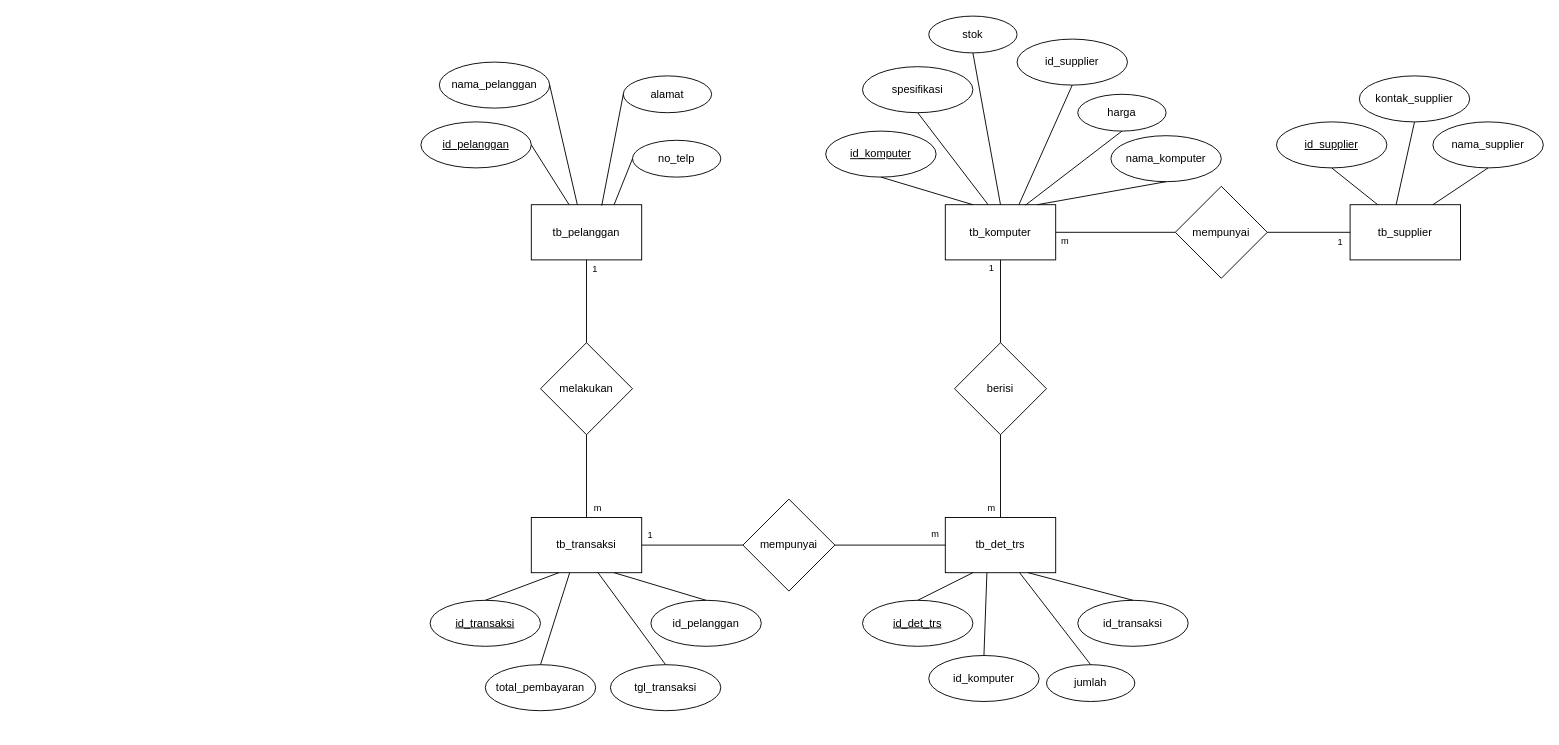
Before: ERD_BaliKomputer.drawio in elikawicaksana/BuildIT_BasisData, a draw.io diagram. Source tidied: cells renumbered, new cells numbered last; positions are measured from the earlier drawing's top-left corner, leaving out a move shared by most shapes. Both pictures are drawn from the tidied source at 92%, with x=0, y=0 at pixel (420, 16).
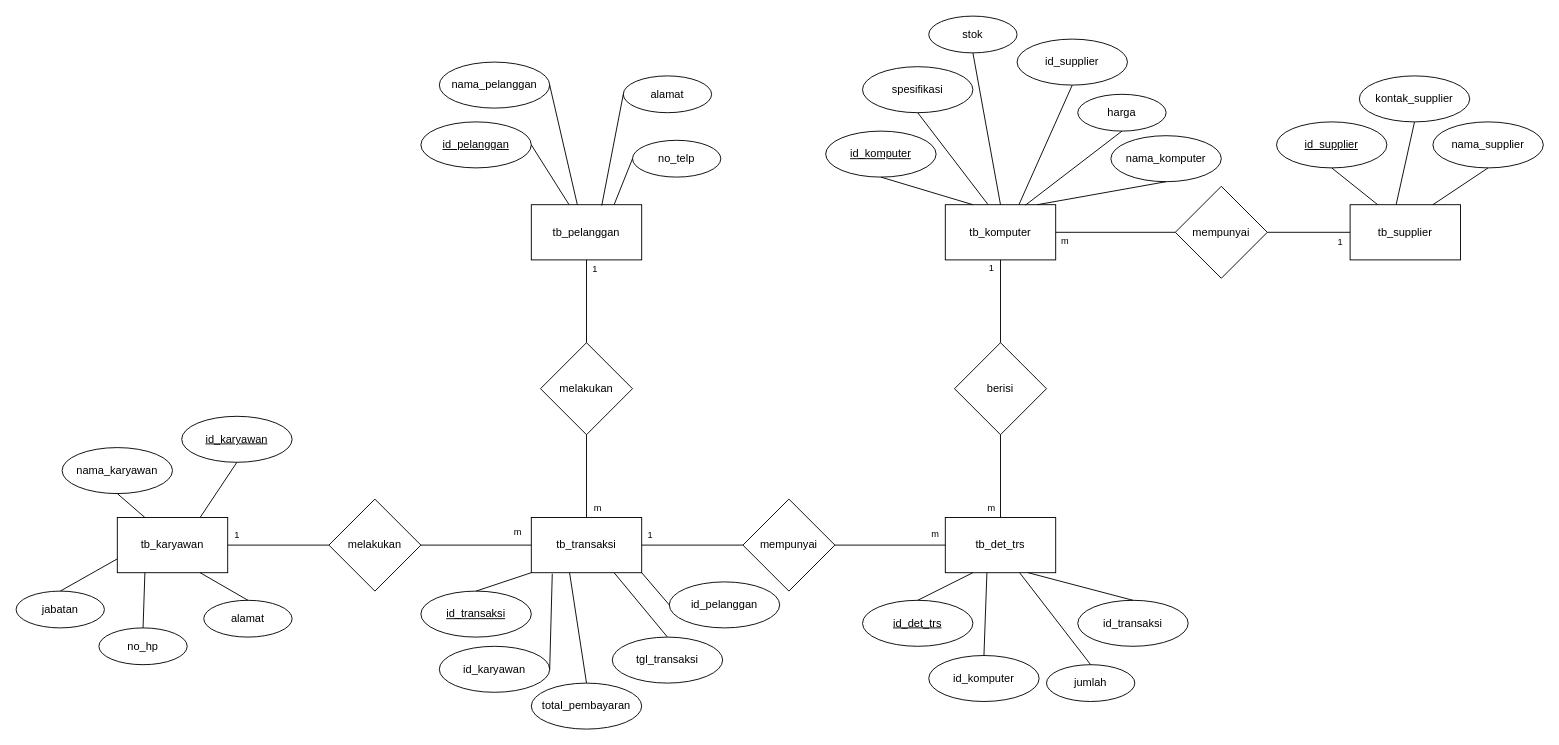
Above is the later version.

The change refers to these unchanged cells:
```xml
<mxCell id="4" value="tb_transaksi" style="rounded=0;whiteSpace=wrap;html=1;" parent="1" vertex="1">
  <mxGeometry x="120" y="545" width="120" height="60" as="geometry" />
</mxCell>
```

Diff of the diagram source:
```diff
@@
     <mxCell id="22" value="&lt;u&gt;id_transaksi&lt;/u&gt;" style="ellipse;whiteSpace=wrap;html=1;" parent="1" vertex="1">
-      <mxGeometry x="10" y="635" width="120" height="50" as="geometry" />
+      <mxGeometry y="625" width="120" height="50" as="geometry" />
     </mxCell>
     <mxCell id="23" value="id_pelanggan" style="ellipse;whiteSpace=wrap;html=1;" parent="1" vertex="1">
-      <mxGeometry x="250" y="635" width="120" height="50" as="geometry" />
+      <mxGeometry x="270" y="615" width="120" height="50" as="geometry" />
     </mxCell>
     <mxCell id="24" value="total_pembayaran" style="ellipse;whiteSpace=wrap;html=1;" parent="1" vertex="1">
-      <mxGeometry x="70" y="705" width="120" height="50" as="geometry" />
+      <mxGeometry x="120" y="725" width="120" height="50" as="geometry" />
     </mxCell>
     <mxCell id="25" value="tgl_transaksi" style="ellipse;whiteSpace=wrap;html=1;" parent="1" vertex="1">
-      <mxGeometry x="206" y="705" width="120" height="50" as="geometry" />
+      <mxGeometry x="208" y="675" width="120" height="50" as="geometry" />
     </mxCell>
@@
-    <mxCell id="43" style="endArrow=none;html=1;rounded=0;exitX=0.5;exitY=0;exitDx=0;exitDy=0;entryX=0.25;entryY=1;entryDx=0;entryDy=0;" parent="1" edge="1" source="22" target="4">
+    <mxCell id="43" style="endArrow=none;html=1;rounded=0;exitX=0.5;exitY=0;exitDx=0;exitDy=0;entryX=0;entryY=1;entryDx=0;entryDy=0;" parent="1" edge="1" source="22" target="4">
       <mxGeometry relative="1" as="geometry" />
     </mxCell>
-    <mxCell id="44" style="endArrow=none;html=1;rounded=0;exitX=0.5;exitY=0;exitDx=0;exitDy=0;entryX=0.75;entryY=1;entryDx=0;entryDy=0;" parent="1" edge="1" source="23" target="4">
+    <mxCell id="44" style="endArrow=none;html=1;rounded=0;exitX=0;exitY=0.5;exitDx=0;exitDy=0;entryX=1;entryY=1;entryDx=0;entryDy=0;" parent="1" edge="1" source="23" target="4">
       <mxGeometry relative="1" as="geometry" />
     </mxCell>
@@
-    <mxCell id="46" style="endArrow=none;html=1;rounded=0;exitX=0.5;exitY=0;exitDx=0;exitDy=0;entryX=0.602;entryY=0.994;entryDx=0;entryDy=0;entryPerimeter=0;" parent="1" edge="1" source="25" target="4">
+    <mxCell id="46" style="endArrow=none;html=1;rounded=0;exitX=0.5;exitY=0;exitDx=0;exitDy=0;entryX=0.75;entryY=1;entryDx=0;entryDy=0;" parent="1" edge="1" source="25" target="4">
       <mxGeometry relative="1" as="geometry" />
     </mxCell>
@@
+    <mxCell id="69" value="tb_karyawan" style="rounded=0;whiteSpace=wrap;html=1;" parent="1" vertex="1">
+      <mxGeometry x="-330" y="545" width="120" height="60" as="geometry" />
+    </mxCell>
+    <mxCell id="70" value="melakukan" style="rhombus;whiteSpace=wrap;html=1;" parent="1" vertex="1">
+      <mxGeometry x="-100" y="525" width="100" height="100" as="geometry" />
+    </mxCell>
+    <mxCell id="71" style="endArrow=none;html=1;rounded=0;exitX=1;exitY=0.5;exitDx=0;exitDy=0;entryX=0;entryY=0.5;entryDx=0;entryDy=0;" parent="1" edge="1" target="70">
+      <mxGeometry relative="1" as="geometry">
+        <mxPoint x="-210" y="575" as="sourcePoint" />
+      </mxGeometry>
+    </mxCell>
+    <mxCell id="72" style="endArrow=none;html=1;rounded=0;entryX=1;entryY=0.5;entryDx=0;entryDy=0;exitX=0;exitY=0.5;exitDx=0;exitDy=0;" parent="1" edge="1" target="70">
+      <mxGeometry relative="1" as="geometry">
+        <mxPoint x="120" y="575" as="sourcePoint" />
+      </mxGeometry>
+    </mxCell>
+    <mxCell id="73" value="jabatan" style="ellipse;whiteSpace=wrap;html=1;" parent="1" vertex="1">
+      <mxGeometry x="-440" y="625" width="96" height="40" as="geometry" />
+    </mxCell>
+    <mxCell id="74" value="no_hp" style="ellipse;whiteSpace=wrap;html=1;" parent="1" vertex="1">
+      <mxGeometry x="-350" y="665" width="96" height="40" as="geometry" />
+    </mxCell>
+    <mxCell id="75" value="nama_karyawan" style="ellipse;whiteSpace=wrap;html=1;" parent="1" vertex="1">
+      <mxGeometry x="-390" y="469" width="120" height="50" as="geometry" />
+    </mxCell>
+    <mxCell id="76" value="alamat" style="ellipse;whiteSpace=wrap;html=1;" parent="1" vertex="1">
+      <mxGeometry x="-236" y="635" width="96" height="40" as="geometry" />
+    </mxCell>
+    <mxCell id="77" value="&lt;u&gt;id_karyawan&lt;/u&gt;" style="ellipse;whiteSpace=wrap;html=1;" parent="1" vertex="1">
+      <mxGeometry x="-260" y="435" width="120" height="50" as="geometry" />
+    </mxCell>
+    <mxCell id="78" style="endArrow=none;html=1;rounded=0;entryX=0.5;entryY=1;entryDx=0;entryDy=0;exitX=0.25;exitY=0;exitDx=0;exitDy=0;" parent="1" edge="1" source="69" target="75">
+      <mxGeometry relative="1" as="geometry" />
+    </mxCell>
+    <mxCell id="79" style="endArrow=none;html=1;rounded=0;entryX=0.5;entryY=1;entryDx=0;entryDy=0;exitX=0.75;exitY=0;exitDx=0;exitDy=0;" parent="1" edge="1" source="69" target="77">
+      <mxGeometry relative="1" as="geometry" />
+    </mxCell>
+    <mxCell id="80" style="endArrow=none;html=1;rounded=0;exitX=0.5;exitY=0;exitDx=0;exitDy=0;entryX=0;entryY=0.75;entryDx=0;entryDy=0;" parent="1" edge="1" source="73" target="69">
+      <mxGeometry relative="1" as="geometry" />
+    </mxCell>
+    <mxCell id="81" style="endArrow=none;html=1;rounded=0;entryX=0.25;entryY=1;entryDx=0;entryDy=0;exitX=0.5;exitY=0;exitDx=0;exitDy=0;" parent="1" edge="1" source="74" target="69">
+      <mxGeometry relative="1" as="geometry" />
+    </mxCell>
+    <mxCell id="82" style="endArrow=none;html=1;rounded=0;entryX=0.75;entryY=1;entryDx=0;entryDy=0;exitX=0.5;exitY=0;exitDx=0;exitDy=0;" parent="1" edge="1" source="76" target="69">
+      <mxGeometry relative="1" as="geometry" />
+    </mxCell>
+    <mxCell id="83" value="id_karyawan" style="ellipse;whiteSpace=wrap;html=1;" parent="1" vertex="1">
+      <mxGeometry x="20" y="685" width="120" height="50" as="geometry" />
+    </mxCell>
+    <mxCell id="84" style="endArrow=none;html=1;rounded=0;exitX=1;exitY=0.5;exitDx=0;exitDy=0;entryX=0.19;entryY=1.019;entryDx=0;entryDy=0;entryPerimeter=0;" parent="1" edge="1" source="83" target="4">
+      <mxGeometry relative="1" as="geometry" />
+    </mxCell>
+    <mxCell id="85" value="&lt;font style=&quot;font-size: 10px;&quot;&gt;m&lt;/font&gt;" style="text;html=1;align=center;verticalAlign=middle;strokeColor=none;fillColor=none;" parent="1" vertex="1">
+      <mxGeometry x="90" y="545" width="30" height="30" as="geometry" />
+    </mxCell>
+    <mxCell id="86" value="&lt;font style=&quot;font-size: 10px;&quot;&gt;1&lt;/font&gt;" style="text;html=1;align=center;verticalAlign=middle;strokeColor=none;fillColor=none;" parent="1" vertex="1">
+      <mxGeometry x="-215" y="549" width="30" height="30" as="geometry" />
+    </mxCell>
```
